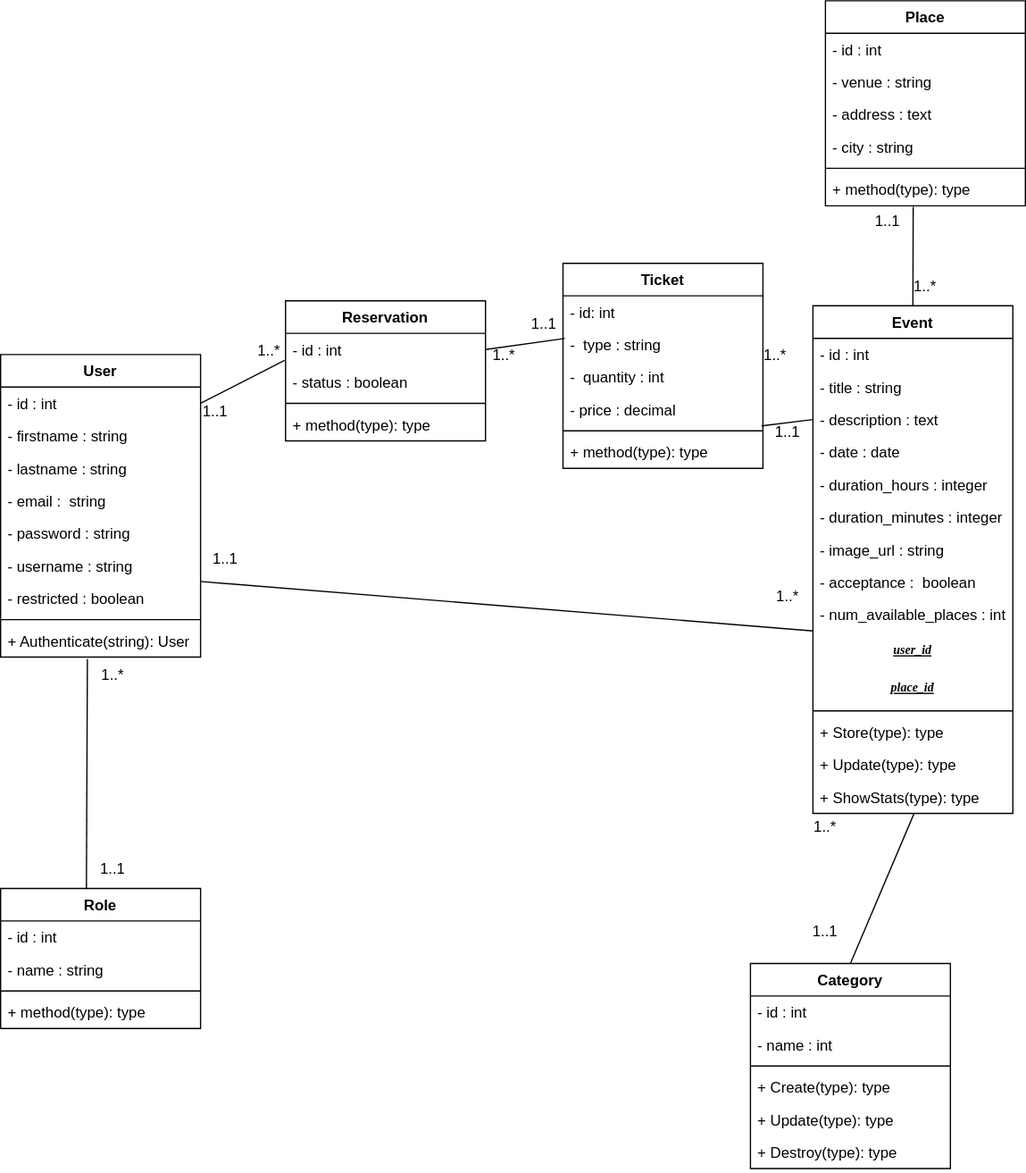
The draw.io diagram CONCEPTION/DCLASSE.drawio.svg in abdelalicode/EVENTO, before a commit. Source tidied: cells renumbered, new cells last; positions are measured from the earlier drawing's top-left corner, leaving out a move shared by most shapes.
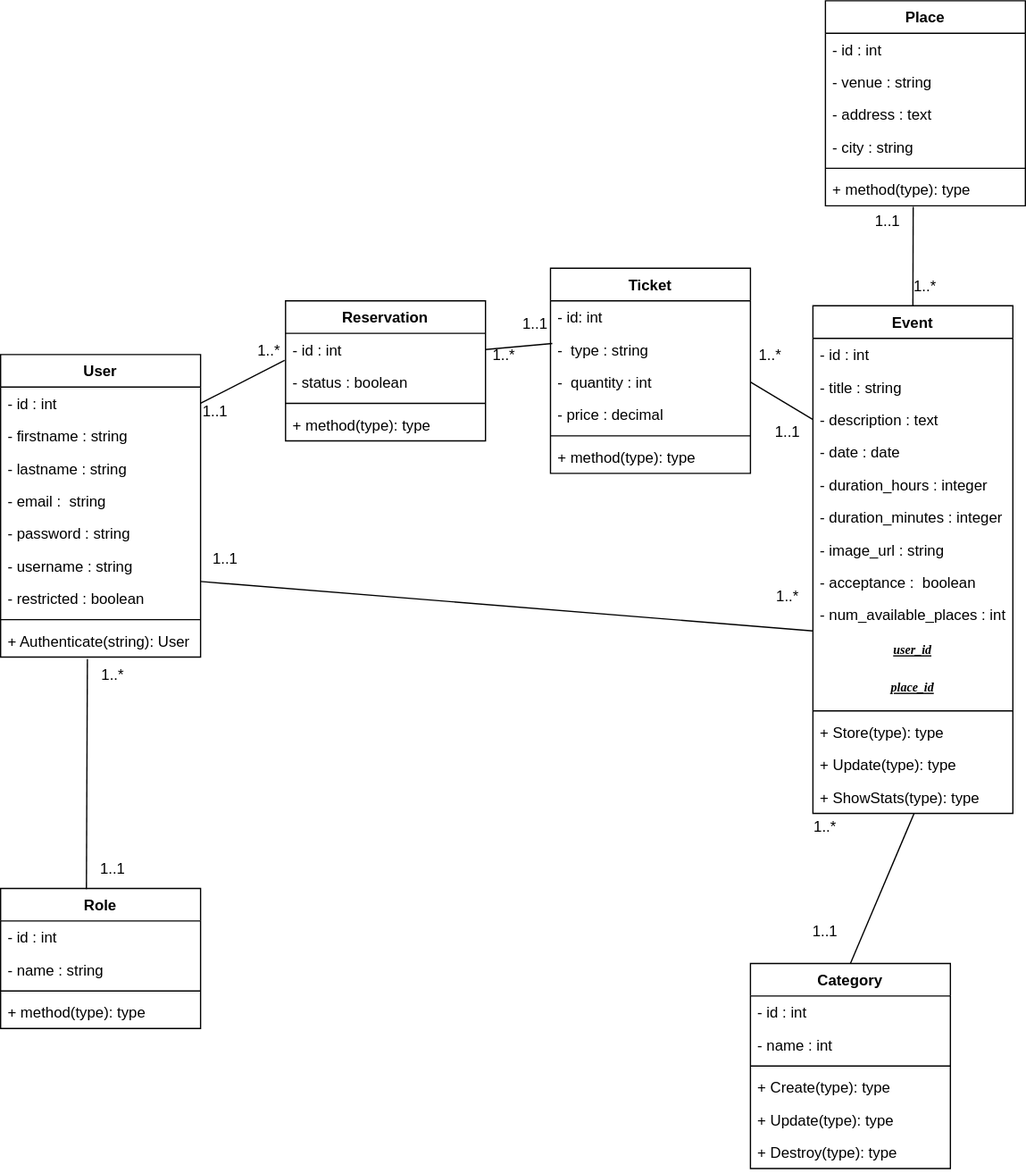
The same diagram one commit later.

What changed in the source:
```diff
@@ -132,7 +132,7 @@
       <mxGeometry y="138" width="160" height="26" as="geometry" />
     </mxCell>
     <mxCell id="45" value="Ticket" style="swimlane;fontStyle=1;align=center;verticalAlign=top;horizontal=1;startSize=26;" parent="1" vertex="1">
-      <mxGeometry x="450" y="210" width="160" height="164" as="geometry" />
+      <mxGeometry x="440" y="214" width="160" height="164" as="geometry" />
     </mxCell>
     <mxCell id="46" value="- id: int" style="text;strokeColor=none;fillColor=none;align=left;verticalAlign=top;spacingLeft=4;spacingRight=4;overflow=hidden;" parent="45" vertex="1">
       <mxGeometry y="26" width="160" height="26" as="geometry" />
@@ -174,10 +174,10 @@
       <mxGeometry x="630" y="730" width="60" height="30" as="geometry" />
     </mxCell>
     <mxCell id="59" value="1..*" style="text;html=1;strokeColor=none;fillColor=none;align=center;verticalAlign=middle;whiteSpace=wrap;rounded=0;" parent="1" vertex="1">
-      <mxGeometry x="590" y="269" width="60" height="30" as="geometry" />
+      <mxGeometry x="586" y="269" width="60" height="30" as="geometry" />
     </mxCell>
     <mxCell id="60" value="1..1" style="text;html=1;strokeColor=none;fillColor=none;align=center;verticalAlign=middle;whiteSpace=wrap;rounded=0;" parent="1" vertex="1">
-      <mxGeometry x="405" y="244" width="60" height="30" as="geometry" />
+      <mxGeometry x="398" y="244" width="60" height="30" as="geometry" />
     </mxCell>
     <mxCell id="61" value="1..*" style="text;html=1;strokeColor=none;fillColor=none;align=center;verticalAlign=middle;whiteSpace=wrap;rounded=0;" parent="1" vertex="1">
       <mxGeometry x="373" y="269" width="60" height="30" as="geometry" />
@@ -224,10 +224,8 @@
     <mxCell id="75" value="1..1" style="text;html=1;strokeColor=none;fillColor=none;align=center;verticalAlign=middle;whiteSpace=wrap;rounded=0;" parent="1" vertex="1">
       <mxGeometry x="600" y="330" width="60" height="30" as="geometry" />
     </mxCell>
-    <mxCell id="76" style="endArrow=none;html=1;entryX=0;entryY=0.5;entryDx=0;entryDy=0;exitX=0.993;exitY=0.002;exitDx=0;exitDy=0;exitPerimeter=0;" parent="1" edge="1" target="20">
-      <mxGeometry relative="1" as="geometry">
-        <mxPoint x="608.9" y="340.1" as="sourcePoint" />
-      </mxGeometry>
+    <mxCell id="76" style="endArrow=none;html=1;entryX=0;entryY=0.5;entryDx=0;entryDy=0;exitX=1;exitY=0.5;exitDx=0;exitDy=0;" parent="1" edge="1" source="48" target="20">
+      <mxGeometry relative="1" as="geometry" />
     </mxCell>
     <mxCell id="77" style="endArrow=none;html=1;exitX=1;exitY=0.75;exitDx=0;exitDy=0;entryX=0;entryY=0;entryDx=0;entryDy=0;" parent="1" edge="1" source="2" target="27">
       <mxGeometry relative="1" as="geometry" />
```
